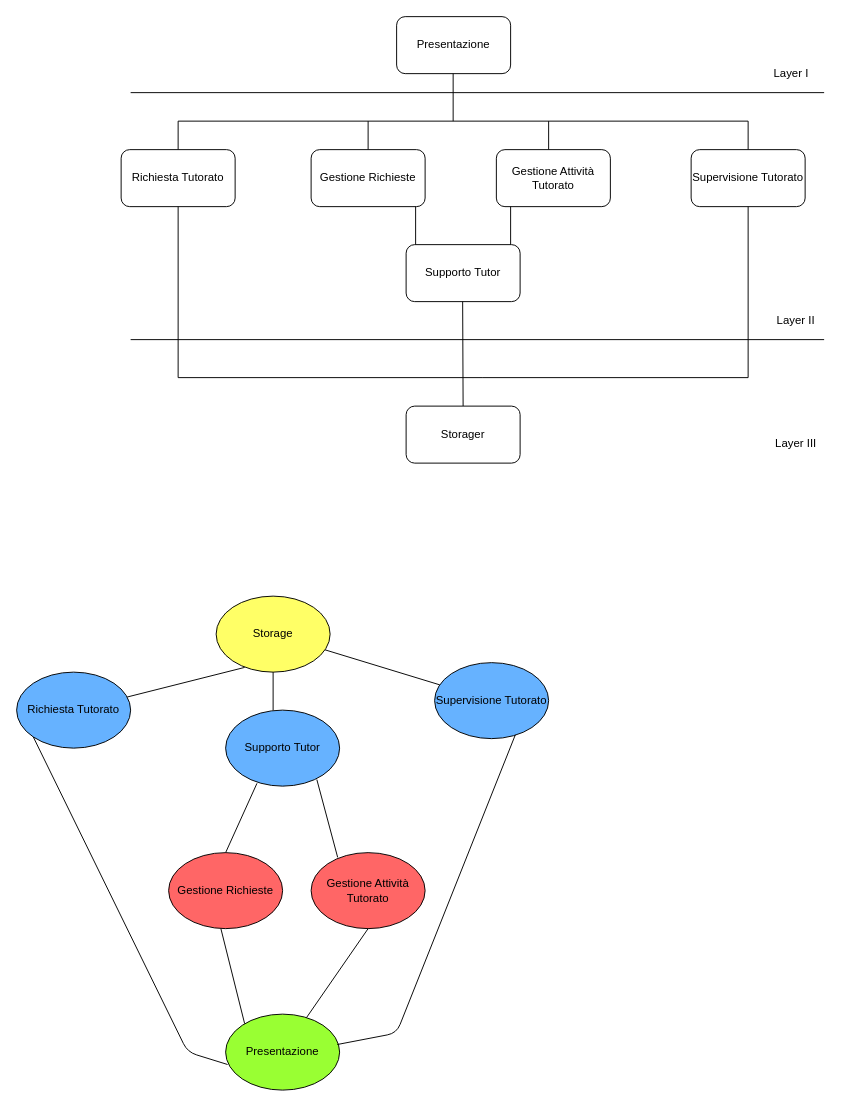
Earlier version of the draw.io diagram Documentazione/4 - ODD/Materiali/Integration Test/Integration Testing.drawio (Yeshlol/TutoratoSmart). Source tidied: cells renumbered, new cells numbered last; positions are measured from the earlier drawing's top-left corner, leaving out a move shared by most shapes. Both pictures are drawn from the tidied source at 95%, with x=0, y=0 at pixel (16, 16).
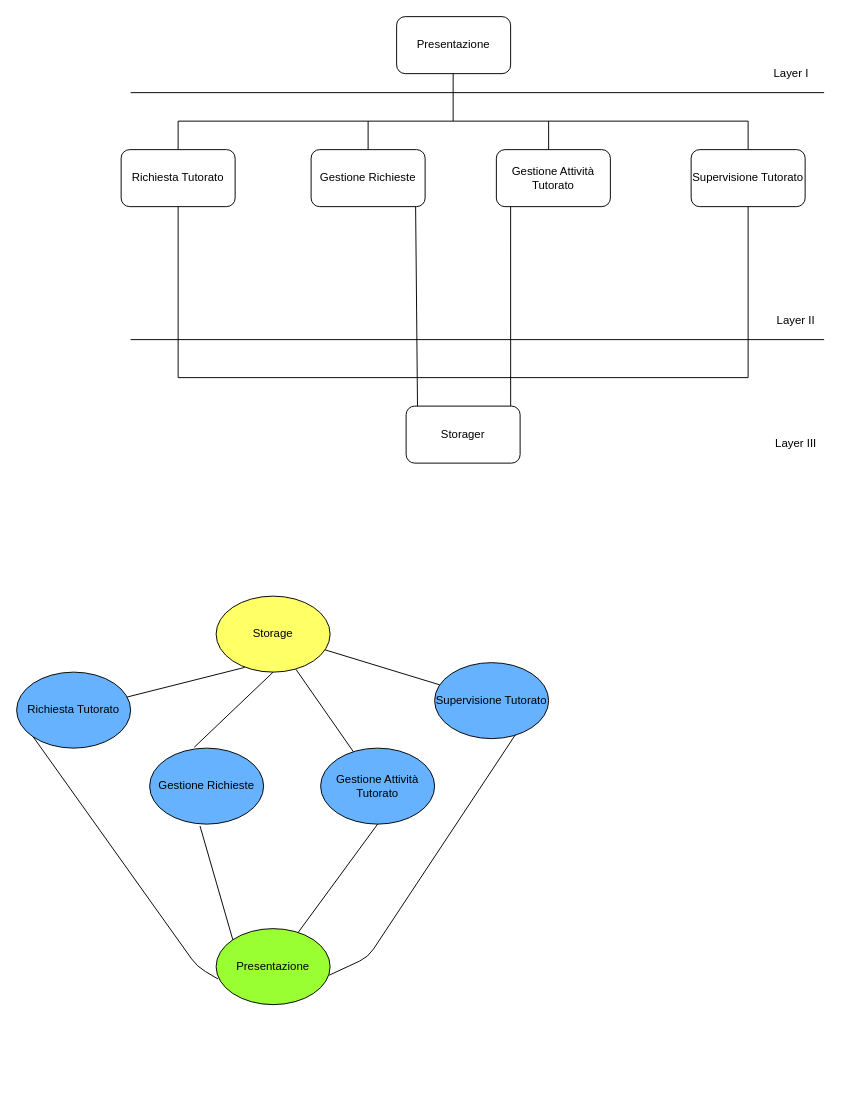
Above is the later version.

The change refers to these unchanged cells:
```xml
<mxCell id="25" value="Storager" style="rounded=1;whiteSpace=wrap;html=1;" parent="1" vertex="1">
  <mxGeometry x="410" y="410" width="120" height="60" as="geometry" />
</mxCell>
<mxCell id="27" value="Storage" style="ellipse;whiteSpace=wrap;html=1;fillColor=#FFFF66;" parent="1" vertex="1">
  <mxGeometry x="210" y="610" width="120" height="80" as="geometry" />
</mxCell>
<mxCell id="29" value="Richiesta Tutorato" style="ellipse;whiteSpace=wrap;html=1;fillColor=#66B2FF;" parent="1" vertex="1">
  <mxGeometry y="690" width="120" height="80" as="geometry" />
</mxCell>
<mxCell id="32" value="Supervisione Tutorato" style="ellipse;whiteSpace=wrap;html=1;fillColor=#66B2FF;" parent="1" vertex="1">
  <mxGeometry x="440" y="680" width="120" height="80" as="geometry" />
</mxCell>
```

Change to the diagram source:
```diff
@@
-    <mxCell id="15" style="endArrow=none;html=1;" parent="1" edge="1">
+    <mxCell id="15" style="endArrow=none;html=1;exitX=0.1;exitY=0.033;exitDx=0;exitDy=0;exitPerimeter=0;" parent="1" edge="1" source="25">
       <mxGeometry relative="1" as="geometry">
-        <mxPoint x="420" y="240" as="sourcePoint" />
         <mxPoint x="420" y="200" as="targetPoint" />
       </mxGeometry>
     </mxCell>
-    <mxCell id="16" style="endArrow=none;html=1;" parent="1" edge="1">
+    <mxCell id="16" style="endArrow=none;html=1;exitX=0.917;exitY=0;exitDx=0;exitDy=0;exitPerimeter=0;" parent="1" edge="1" source="25">
       <mxGeometry relative="1" as="geometry">
-        <mxPoint x="520" y="240" as="sourcePoint" />
         <mxPoint x="520" y="200" as="targetPoint" />
       </mxGeometry>
     </mxCell>
-    <mxCell id="17" value="Supporto Tutor" style="rounded=1;whiteSpace=wrap;html=1;" parent="1" vertex="1">
-      <mxGeometry x="410" y="240" width="120" height="60" as="geometry" />
-    </mxCell>
@@
-    <mxCell id="21" style="endArrow=none;html=1;" parent="1" edge="1">
-      <mxGeometry relative="1" as="geometry">
-        <mxPoint x="470" y="410" as="sourcePoint" />
-        <mxPoint x="469.5" y="300" as="targetPoint" />
-      </mxGeometry>
-    </mxCell>
@@
-    <mxCell id="30" value="Supporto Tutor" style="ellipse;whiteSpace=wrap;html=1;fillColor=#66B2FF;" parent="1" vertex="1">
-      <mxGeometry x="220" y="730" width="120" height="80" as="geometry" />
-    </mxCell>
@@
-    <mxCell id="33" value="Gestione Richieste" style="ellipse;whiteSpace=wrap;html=1;fillColor=#FF6666;" parent="1" vertex="1">
-      <mxGeometry x="160" y="880" width="120" height="80" as="geometry" />
+    <mxCell id="33" value="Gestione Richieste" style="ellipse;whiteSpace=wrap;html=1;fillColor=#66B2FF;" parent="1" vertex="1">
+      <mxGeometry x="140" y="770" width="120" height="80" as="geometry" />
     </mxCell>
-    <mxCell id="34" value="Gestione Attività Tutorato" style="ellipse;whiteSpace=wrap;html=1;fillColor=#FF6666;" parent="1" vertex="1">
-      <mxGeometry x="310" y="880" width="120" height="80" as="geometry" />
+    <mxCell id="34" value="Gestione Attività Tutorato" style="ellipse;whiteSpace=wrap;html=1;fillColor=#66B2FF;" parent="1" vertex="1">
+      <mxGeometry x="320" y="770" width="120" height="80" as="geometry" />
     </mxCell>
-    <mxCell id="35" style="endArrow=none;html=1;exitX=0.233;exitY=0.063;exitDx=0;exitDy=0;exitPerimeter=0;entryX=0.8;entryY=0.913;entryDx=0;entryDy=0;entryPerimeter=0;" parent="1" edge="1" source="34" target="30">
-      <mxGeometry relative="1" as="geometry" />
-    </mxCell>
     <mxCell id="36" value="Presentazione" style="ellipse;whiteSpace=wrap;html=1;fillColor=#99FF33;" parent="1" vertex="1">
-      <mxGeometry x="220" y="1050" width="120" height="80" as="geometry" />
+      <mxGeometry x="210" y="960" width="120" height="80" as="geometry" />
     </mxCell>
@@
     <mxCell id="38" style="endArrow=none;html=1;entryX=0;entryY=1;entryDx=0;entryDy=0;exitX=0.017;exitY=0.663;exitDx=0;exitDy=0;exitPerimeter=0;" parent="1" edge="1" source="36" target="29">
       <mxGeometry relative="1" as="geometry">
         <Array as="points">
-          <mxPoint x="180" y="1090" />
+          <mxPoint x="190" y="1000" />
         </Array>
       </mxGeometry>
     </mxCell>
-    <mxCell id="39" style="endArrow=none;html=1;" parent="1" edge="1">
+    <mxCell id="39" style="endArrow=none;html=1;exitX=0.392;exitY=-0.012;exitDx=0;exitDy=0;exitPerimeter=0;" parent="1" edge="1" source="33">
       <mxGeometry relative="1" as="geometry">
-        <mxPoint x="270" y="730" as="sourcePoint" />
         <mxPoint x="270" y="690" as="targetPoint" />
       </mxGeometry>
     </mxCell>
-    <mxCell id="40" style="endArrow=none;html=1;entryX=0.275;entryY=0.963;entryDx=0;entryDy=0;entryPerimeter=0;" parent="1" edge="1" target="30">
-      <mxGeometry relative="1" as="geometry">
-        <mxPoint x="220" y="880" as="sourcePoint" />
-      </mxGeometry>
-    </mxCell>
-    <mxCell id="41" style="endArrow=none;html=1;" parent="1" edge="1">
-      <mxGeometry relative="1" as="geometry">
-        <mxPoint x="240" y="1060" as="sourcePoint" />
-        <mxPoint x="215" y="960" as="targetPoint" />
-      </mxGeometry>
+    <mxCell id="41" style="endArrow=none;html=1;entryX=0.442;entryY=1.025;entryDx=0;entryDy=0;entryPerimeter=0;exitX=0;exitY=0;exitDx=0;exitDy=0;" parent="1" edge="1" source="36" target="33">
+      <mxGeometry relative="1" as="geometry" />
     </mxCell>
-    <mxCell id="42" style="endArrow=none;html=1;entryX=0.708;entryY=0.95;entryDx=0;entryDy=0;entryPerimeter=0;" parent="1" edge="1" target="32">
+    <mxCell id="42" style="endArrow=none;html=1;entryX=0.708;entryY=0.95;entryDx=0;entryDy=0;entryPerimeter=0;exitX=0.992;exitY=0.613;exitDx=0;exitDy=0;exitPerimeter=0;" parent="1" edge="1" source="36" target="32">
       <mxGeometry relative="1" as="geometry">
-        <mxPoint x="337.5" y="1082" as="sourcePoint" />
         <Array as="points">
-          <mxPoint x="400" y="1070" />
+          <mxPoint x="370" y="990" />
         </Array>
       </mxGeometry>
     </mxCell>
+    <mxCell id="43" style="endArrow=none;html=1;entryX=0.7;entryY=0.963;entryDx=0;entryDy=0;entryPerimeter=0;" parent="1" edge="1" source="34" target="27">
+      <mxGeometry relative="1" as="geometry" />
+    </mxCell>
```
